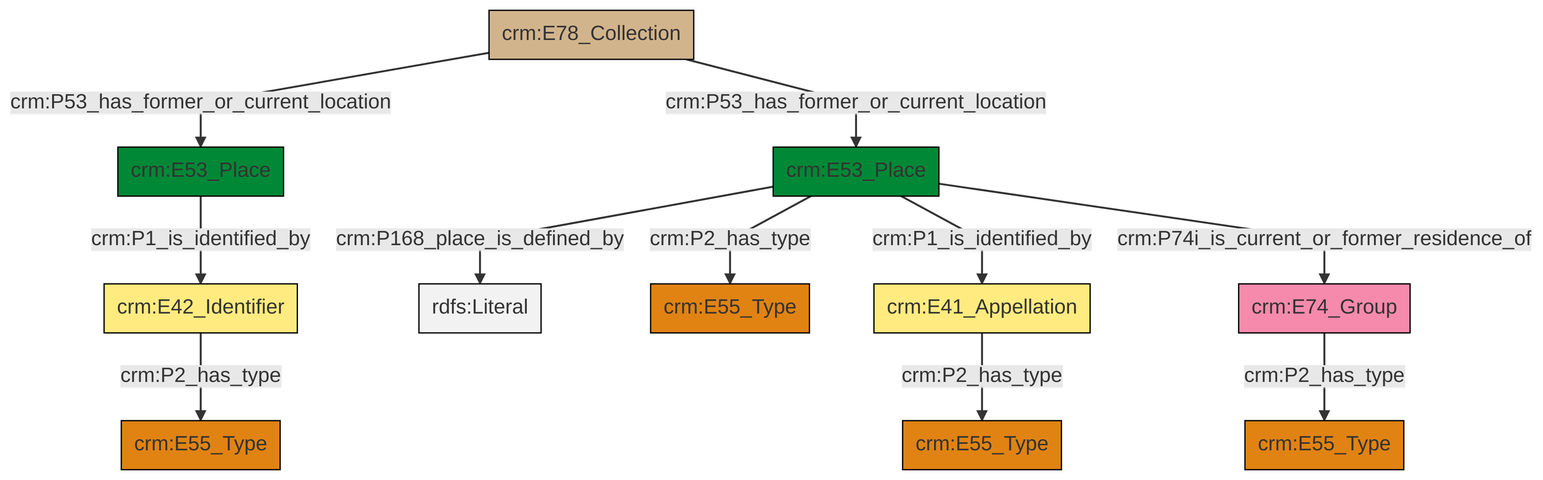
Earlier version of the Mermaid export et/archivalCSV/ttl/mmd/png/archival_location.png (swiss-art-research-net/docs.swissartresearch). Its source is kept beside it as et/archivalCSV/ttl/mmd/archival_location.ttl.mmd.
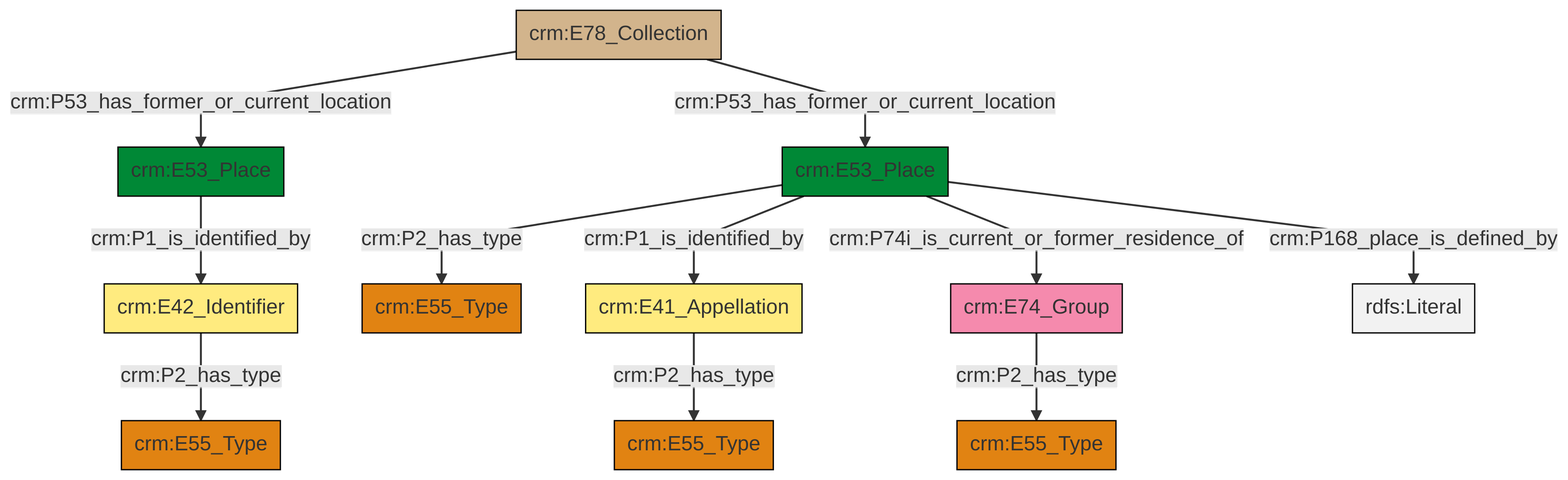
Above is the later version.

Change to the diagram source:
```diff
@@ -13,13 +13,13 @@
 classDef PC_Classes fill:#4ce600, stroke:#000000;
 classDef Multi fill:#cccccc,stroke:#000000;
 
-6["crm:E78_Collection"]:::Physical_Thing -->|crm:P53_has_former_or_current_location| 8["crm:E53_Place"]:::Place
-12["crm:E41_Appellation"]:::Appellation -->|crm:P2_has_type| 0["crm:E55_Type"]:::Type
-17["crm:E42_Identifier"]:::Appellation -->|crm:P2_has_type| 14["crm:E55_Type"]:::Type
-21["crm:E74_Group"]:::Actor -->|crm:P2_has_type| 9["crm:E55_Type"]:::Type
-2["crm:E53_Place"]:::Place -->|crm:P168_place_is_defined_by| 22[rdfs:Literal]:::Literal
-6["crm:E78_Collection"]:::Physical_Thing -->|crm:P53_has_former_or_current_location| 2["crm:E53_Place"]:::Place
-2["crm:E53_Place"]:::Place -->|crm:P2_has_type| 4["crm:E55_Type"]:::Type
-2["crm:E53_Place"]:::Place -->|crm:P1_is_identified_by| 12["crm:E41_Appellation"]:::Appellation
-2["crm:E53_Place"]:::Place -->|crm:P74i_is_current_or_former_residence_of| 21["crm:E74_Group"]:::Actor
-8["crm:E53_Place"]:::Place -->|crm:P1_is_identified_by| 17["crm:E42_Identifier"]:::Appellation
+4["crm:E53_Place"]:::Place -->|crm:P2_has_type| 5["crm:E55_Type"]:::Type
+6["crm:E41_Appellation"]:::Appellation -->|crm:P2_has_type| 7["crm:E55_Type"]:::Type
+8["crm:E78_Collection"]:::Physical_Thing -->|crm:P53_has_former_or_current_location| 9["crm:E53_Place"]:::Place
+4["crm:E53_Place"]:::Place -->|crm:P1_is_identified_by| 6["crm:E41_Appellation"]:::Appellation
+9["crm:E53_Place"]:::Place -->|crm:P1_is_identified_by| 2["crm:E42_Identifier"]:::Appellation
+2["crm:E42_Identifier"]:::Appellation -->|crm:P2_has_type| 0["crm:E55_Type"]:::Type
+4["crm:E53_Place"]:::Place -->|crm:P74i_is_current_or_former_residence_of| 14["crm:E74_Group"]:::Actor
+8["crm:E78_Collection"]:::Physical_Thing -->|crm:P53_has_former_or_current_location| 4["crm:E53_Place"]:::Place
+4["crm:E53_Place"]:::Place -->|crm:P168_place_is_defined_by| 23[rdfs:Literal]:::Literal
+14["crm:E74_Group"]:::Actor -->|crm:P2_has_type| 17["crm:E55_Type"]:::Type
```
